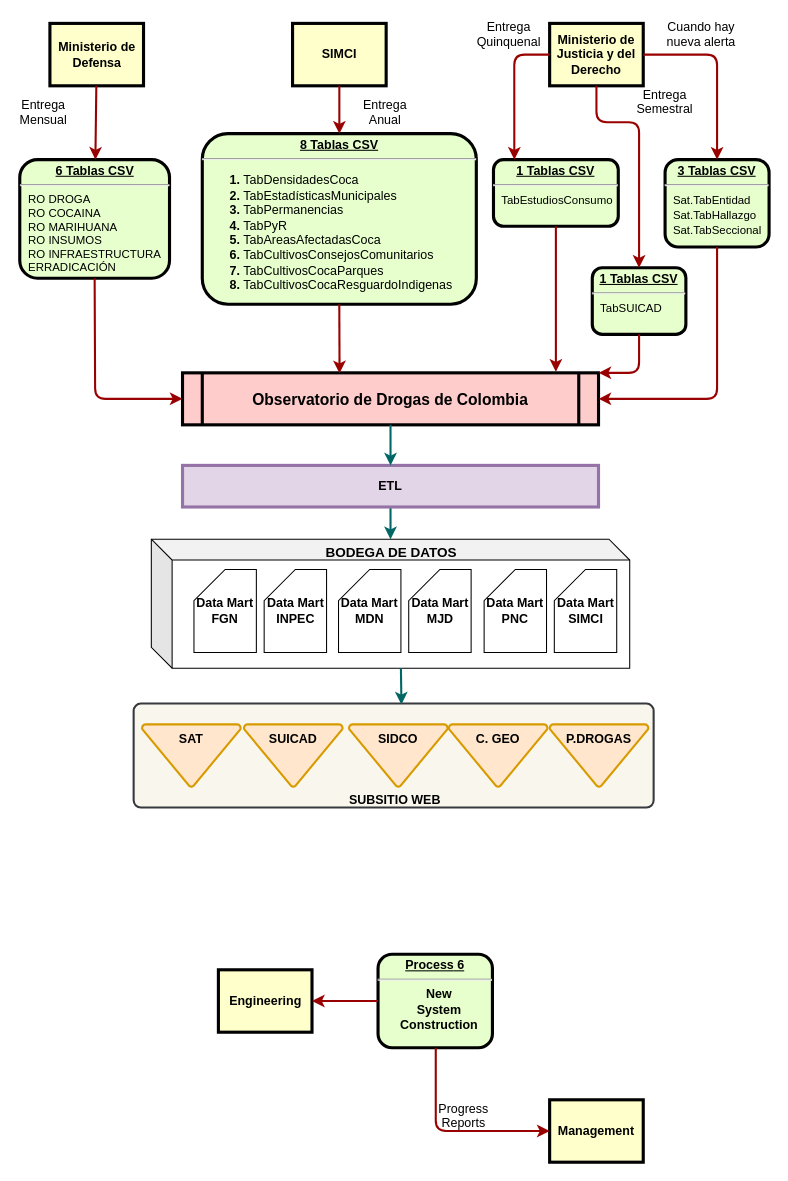
luisedchaf/Drawio keeps this draw.io diagram as Flujo de infor.drawio. Above is the earlier version. Source tidied: cells renumbered, new cells numbered last; positions are measured from the earlier drawing's top-left corner, leaving out a move shared by most shapes. Both pictures are drawn from the tidied source at 104%, with x=0, y=0 at pixel (19, 18).
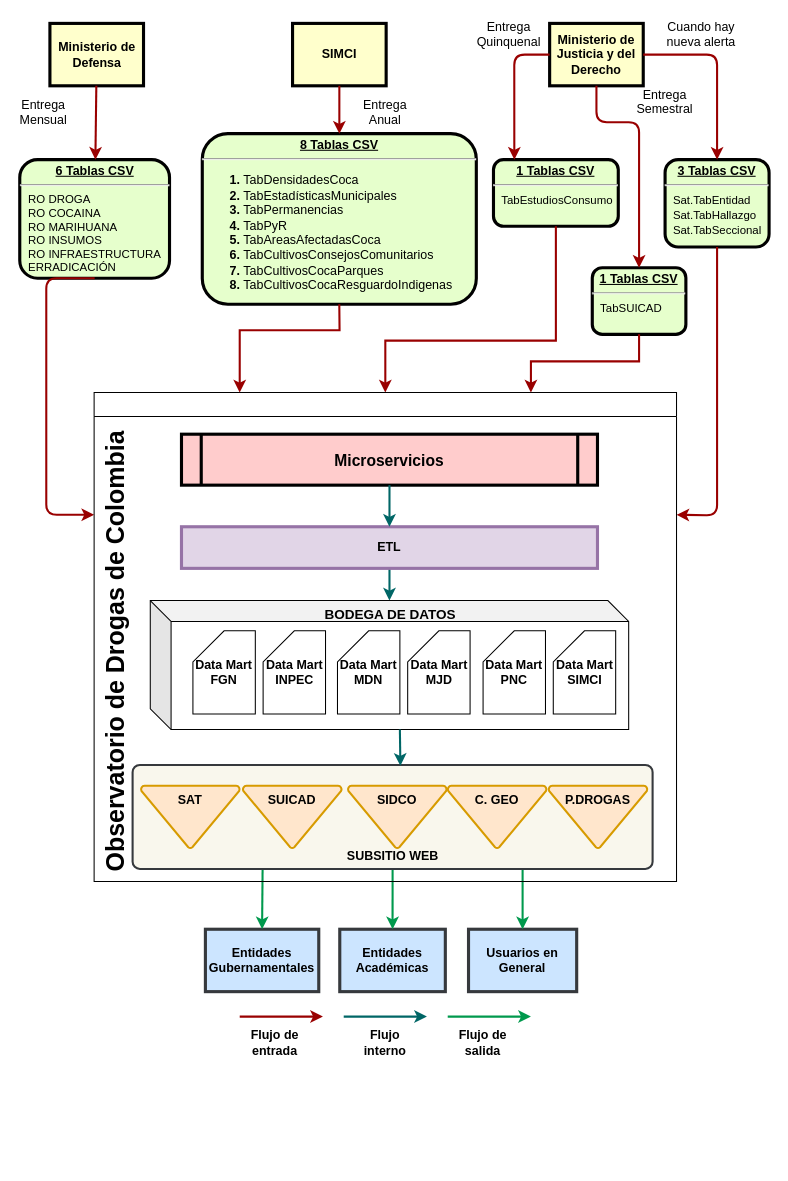
The same page after the edit.

Unchanged cells that the change refers to:
```xml
<mxCell id="2" value="&lt;p style=&quot;margin: 0px; margin-top: 4px; text-align: center; text-decoration: underline;&quot;&gt;&lt;strong&gt;6 Tablas CSV&lt;/strong&gt;&lt;/p&gt;&lt;hr&gt;&lt;p style=&quot;text-align: left; margin: 0px 0px 0px 8px; font-size: 11px;&quot;&gt;&lt;font style=&quot;font-size: 11px; font-weight: normal;&quot;&gt;RO DROGA&lt;/font&gt;&lt;/p&gt;&lt;p style=&quot;text-align: left; margin: 0px 0px 0px 8px; font-size: 11px;&quot;&gt;&lt;font style=&quot;font-size: 11px; font-weight: normal;&quot;&gt;RO COCAINA&lt;/font&gt;&lt;/p&gt;&lt;p style=&quot;text-align: left; margin: 0px 0px 0px 8px; font-size: 11px;&quot;&gt;&lt;font style=&quot;font-size: 11px; font-weight: normal;&quot;&gt;RO MARIHUANA&lt;/font&gt;&lt;/p&gt;&lt;p style=&quot;text-align: left; margin: 0px 0px 0px 8px; font-size: 11px;&quot;&gt;&lt;font style=&quot;font-size: 11px; font-weight: normal;&quot;&gt;RO INSUMOS&lt;/font&gt;&lt;/p&gt;&lt;p style=&quot;text-align: left; margin: 0px 0px 0px 8px; font-size: 11px;&quot;&gt;&lt;font style=&quot;font-size: 11px; font-weight: normal;&quot;&gt;RO INFRAESTRUCTURA&amp;nbsp;&lt;/font&gt;&lt;/p&gt;&lt;p style=&quot;text-align: left; margin: 0px 0px 0px 8px; font-size: 11px;&quot;&gt;&lt;font style=&quot;font-size: 11px; font-weight: normal;&quot;&gt;ERRADICACIÓN&lt;/font&gt;&lt;/p&gt;" style="verticalAlign=middle;align=center;overflow=fill;fontSize=12;fontFamily=Helvetica;html=1;rounded=1;fontStyle=1;strokeWidth=3;fillColor=#E6FFCC;" parent="1" vertex="1">
  <mxGeometry x="0.5" y="136" width="144" height="114" as="geometry" />
</mxCell>
<mxCell id="14" value="&lt;p style=&quot;margin: 4px 0px 0px; text-decoration: underline;&quot;&gt;&lt;strong style=&quot;&quot;&gt;&lt;font style=&quot;font-size: 12px;&quot;&gt;8 Tablas CSV&lt;/font&gt;&lt;/strong&gt;&lt;/p&gt;&lt;hr style=&quot;text-align: left;&quot;&gt;&lt;p style=&quot;margin: 0px 0px 0px 8px;&quot;&gt;&lt;/p&gt;&lt;ol style=&quot;&quot;&gt;&lt;li style=&quot;text-align: left;&quot;&gt;&lt;span style=&quot;font-weight: normal;&quot;&gt;&lt;font style=&quot;font-size: 12px;&quot;&gt;TabDensidadesCoca&lt;/font&gt;&lt;/span&gt;&lt;/li&gt;&lt;li style=&quot;text-align: left;&quot;&gt;&lt;font style=&quot;font-size: 12px;&quot;&gt;&lt;span style=&quot;font-weight: 400;&quot;&gt;TabEstadísticasMunici&lt;/span&gt;&lt;span style=&quot;font-weight: 400; background-color: initial;&quot;&gt;pales&lt;/span&gt;&lt;/font&gt;&lt;/li&gt;&lt;li style=&quot;text-align: left;&quot;&gt;&lt;span style=&quot;background-color: initial;&quot;&gt;&lt;span style=&quot;font-weight: 400;&quot;&gt;&lt;font style=&quot;font-size: 12px;&quot;&gt;TabPermanencias&lt;/font&gt;&lt;/span&gt;&lt;/span&gt;&lt;/li&gt;&lt;li style=&quot;text-align: left;&quot;&gt;&lt;span style=&quot;background-color: initial;&quot;&gt;&lt;span style=&quot;font-weight: 400;&quot;&gt;&lt;font style=&quot;font-size: 12px;&quot;&gt;TabPyR&lt;/font&gt;&lt;/span&gt;&lt;/span&gt;&lt;/li&gt;&lt;li style=&quot;text-align: left;&quot;&gt;&lt;font style=&quot;font-size: 12px;&quot;&gt;&lt;span style=&quot;font-weight: 400;&quot;&gt;TabAreasAfectadasCo&lt;/span&gt;&lt;span style=&quot;font-weight: 400; background-color: initial;&quot;&gt;ca&lt;/span&gt;&lt;/font&gt;&lt;/li&gt;&lt;li style=&quot;text-align: left;&quot;&gt;&lt;font style=&quot;font-size: 12px;&quot;&gt;&lt;span style=&quot;font-weight: 400;&quot;&gt;TabCultivosConsejos&lt;/span&gt;&lt;span style=&quot;font-weight: 400; background-color: initial;&quot;&gt;Comunitarios&lt;/span&gt;&lt;/font&gt;&lt;/li&gt;&lt;li style=&quot;text-align: left;&quot;&gt;&lt;font style=&quot;font-size: 12px;&quot;&gt;&lt;span style=&quot;font-weight: 400;&quot;&gt;TabCultivosCocaParq&lt;/span&gt;&lt;span style=&quot;font-weight: 400; background-color: initial;&quot;&gt;ues&lt;/span&gt;&lt;/font&gt;&lt;/li&gt;&lt;li style=&quot;text-align: left;&quot;&gt;&lt;font style=&quot;font-size: 12px;&quot;&gt;&lt;span style=&quot;font-weight: 400;&quot;&gt;TabCultivosCocaResg&lt;/span&gt;&lt;span style=&quot;font-weight: 400; background-color: initial;&quot;&gt;uardoIndigenas&lt;/span&gt;&lt;/font&gt;&lt;/li&gt;&lt;/ol&gt;&lt;p&gt;&lt;/p&gt;" style="verticalAlign=middle;align=center;overflow=fill;fontSize=12;fontFamily=Helvetica;html=1;rounded=1;fontStyle=1;strokeWidth=3;fillColor=#E6FFCC;" parent="1" vertex="1">
  <mxGeometry x="176" y="111" width="263.5" height="164" as="geometry" />
</mxCell>
<mxCell id="18" value="&lt;p style=&quot;margin: 0px; margin-top: 4px; text-align: center; text-decoration: underline;&quot;&gt;&lt;strong&gt;1 Tablas CSV&lt;/strong&gt;&lt;/p&gt;&lt;hr&gt;&lt;p style=&quot;text-align: left; margin: 0px 0px 0px 8px;&quot;&gt;&lt;span style=&quot;font-size: 11px; font-weight: 400;&quot;&gt;TabEstudiosConsumo&lt;/span&gt;&lt;br&gt;&lt;/p&gt;" style="verticalAlign=middle;align=center;overflow=fill;fontSize=12;fontFamily=Helvetica;html=1;rounded=1;fontStyle=1;strokeWidth=3;fillColor=#E6FFCC;" parent="1" vertex="1">
  <mxGeometry x="456" y="136" width="120" height="64" as="geometry" />
</mxCell>
<mxCell id="21" value="&lt;p style=&quot;margin: 0px; margin-top: 4px; text-align: center; text-decoration: underline;&quot;&gt;&lt;strong&gt;1 Tablas CSV&lt;/strong&gt;&lt;/p&gt;&lt;hr&gt;&lt;p style=&quot;text-align: left; margin: 0px 0px 0px 8px;&quot;&gt;&lt;span style=&quot;font-size: 11px; font-weight: 400;&quot;&gt;TabSUICAD&lt;/span&gt;&lt;br&gt;&lt;/p&gt;" style="verticalAlign=middle;align=center;overflow=fill;fontSize=12;fontFamily=Helvetica;html=1;rounded=1;fontStyle=1;strokeWidth=3;fillColor=#E6FFCC;" parent="1" vertex="1">
  <mxGeometry x="551" y="240" width="90" height="64" as="geometry" />
</mxCell>
<mxCell id="25" value="&lt;p style=&quot;margin: 0px; margin-top: 4px; text-align: center; text-decoration: underline;&quot;&gt;&lt;strong&gt;3 Tablas CSV&lt;/strong&gt;&lt;/p&gt;&lt;hr&gt;&lt;p style=&quot;text-align: left; margin: 0px 0px 0px 8px;&quot;&gt;&lt;span style=&quot;font-size: 11px; font-weight: 400;&quot;&gt;Sat.TabEntidad&lt;/span&gt;&lt;br&gt;&lt;/p&gt;&lt;p style=&quot;text-align: left; margin: 0px 0px 0px 8px;&quot;&gt;&lt;span style=&quot;font-size: 11px; font-weight: 400;&quot;&gt;Sat.TabHallazgo&lt;/span&gt;&lt;br&gt;&lt;/p&gt;&lt;p style=&quot;text-align: left; margin: 0px 0px 0px 8px;&quot;&gt;&lt;span style=&quot;font-size: 11px; font-weight: 400;&quot;&gt;Sat.TabSeccional&lt;/span&gt;&lt;br&gt;&lt;/p&gt;" style="verticalAlign=middle;align=center;overflow=fill;fontSize=12;fontFamily=Helvetica;html=1;rounded=1;fontStyle=1;strokeWidth=3;fillColor=#E6FFCC;" parent="1" vertex="1">
  <mxGeometry x="621" y="136" width="100" height="84" as="geometry" />
</mxCell>
<mxCell id="36" style="shape=cube;whiteSpace=wrap;html=1;boundedLbl=1;backgroundOutline=1;darkOpacity=0.05;darkOpacity2=0.1;" parent="35" vertex="1">
  <mxGeometry y="2" width="460" height="124" as="geometry" />
</mxCell>
<mxCell id="45" style="rounded=1;whiteSpace=wrap;html=1;absoluteArcSize=1;arcSize=14;strokeWidth=2;fillColor=#f9f7ed;strokeColor=#36393d;" parent="44" vertex="1">
  <mxGeometry width="500" height="100" as="geometry" />
</mxCell>
```

Change to the diagram source:
```diff
@@
-    <mxCell id="4" value="Observatorio de Drogas de Colombia" style="shape=process;whiteSpace=wrap;align=center;verticalAlign=middle;size=0.0475;fontStyle=1;strokeWidth=3;fillColor=#FFCCCC;fontSize=15;" parent="1" vertex="1">
-      <mxGeometry x="157" y="341" width="400" height="50" as="geometry" />
-    </mxCell>
-    <mxCell id="5" value="&lt;p style=&quot;margin: 0px; margin-top: 4px; text-align: center; text-decoration: underline;&quot;&gt;&lt;strong&gt;&lt;strong&gt;Process&lt;/strong&gt; 6&lt;br /&gt;&lt;/strong&gt;&lt;/p&gt;&lt;hr /&gt;&lt;p style=&quot;margin: 0px; margin-left: 8px;&quot;&gt;New&lt;/p&gt;&lt;p style=&quot;margin: 0px; margin-left: 8px;&quot;&gt;System&lt;/p&gt;&lt;p style=&quot;margin: 0px; margin-left: 8px;&quot;&gt;Construction&lt;/p&gt;" style="verticalAlign=middle;align=center;overflow=fill;fontSize=12;fontFamily=Helvetica;html=1;rounded=1;fontStyle=1;strokeWidth=3;fillColor=#E6FFCC;" parent="1" vertex="1">
-      <mxGeometry x="345" y="900" width="110" height="90" as="geometry" />
-    </mxCell>
-    <mxCell id="6" value="Management" style="whiteSpace=wrap;align=center;verticalAlign=middle;fontStyle=1;strokeWidth=3;fillColor=#FFFFCC;" parent="1" vertex="1">
-      <mxGeometry x="510" y="1040" width="90" height="60" as="geometry" />
-    </mxCell>
-    <mxCell id="7" value="Engineering" style="whiteSpace=wrap;align=center;verticalAlign=middle;fontStyle=1;strokeWidth=3;fillColor=#FFFFCC;" parent="1" vertex="1">
-      <mxGeometry x="191.5" y="915" width="90" height="60" as="geometry" />
+    <mxCell id="7" value="Entidades&#10;Gubernamentales" style="whiteSpace=wrap;align=center;verticalAlign=middle;fontStyle=1;strokeWidth=3;fillColor=#cce5ff;strokeColor=#36393d;" parent="1" vertex="1">
+      <mxGeometry x="179" y="876" width="109" height="60" as="geometry" />
     </mxCell>
@@
-    <mxCell id="10" style="edgeStyle=elbowEdgeStyle;elbow=horizontal;strokeColor=#990000;strokeWidth=2;exitX=0.5;exitY=1;exitDx=0;exitDy=0;entryX=0;entryY=0.5;entryDx=0;entryDy=0;" parent="1" edge="1" source="2" target="4">
+    <mxCell id="10" style="edgeStyle=elbowEdgeStyle;elbow=horizontal;strokeColor=#990000;strokeWidth=2;exitX=0.5;exitY=1;exitDx=0;exitDy=0;entryX=0;entryY=0.25;entryDx=0;entryDy=0;" parent="1" edge="1" source="2" target="58">
       <mxGeometry relative="1" as="geometry">
         <Array as="points">
-          <mxPoint x="73" y="320" />
+          <mxPoint x="26" y="510" />
         </Array>
       </mxGeometry>
     </mxCell>
-    <mxCell id="11" style="edgeStyle=elbowEdgeStyle;elbow=horizontal;strokeColor=#990000;strokeWidth=2;" parent="1" edge="1" source="5" target="6">
-      <mxGeometry relative="1" as="geometry">
-        <Array as="points">
-          <mxPoint x="400.5" y="1020" />
-        </Array>
-      </mxGeometry>
-    </mxCell>
-    <mxCell id="12" value="Progress&#10;Reports" style="text;spacingTop=-5;align=center;" parent="1" vertex="1">
-      <mxGeometry x="412.5" y="1040" width="30" height="20" as="geometry" />
-    </mxCell>
-    <mxCell id="13" style="edgeStyle=elbowEdgeStyle;elbow=vertical;strokeColor=#990000;strokeWidth=2;" parent="1" edge="1" source="5" target="7">
-      <mxGeometry relative="1" as="geometry" />
-    </mxCell>
@@
-    <mxCell id="24" style="edgeStyle=elbowEdgeStyle;elbow=horizontal;strokeColor=#990000;strokeWidth=2;exitX=0.5;exitY=1;exitDx=0;exitDy=0;entryX=0.378;entryY=0.01;entryDx=0;entryDy=0;entryPerimeter=0;" parent="1" edge="1" source="14" target="4">
-      <mxGeometry relative="1" as="geometry">
-        <Array as="points">
-          <mxPoint x="308" y="310" />
-        </Array>
-      </mxGeometry>
-    </mxCell>
@@
-    <mxCell id="26" style="endArrow=classic;html=1;rounded=1;entryX=1;entryY=0;entryDx=0;entryDy=0;exitX=0.5;exitY=1;exitDx=0;exitDy=0;strokeColor=#990000;strokeWidth=2;curved=0;" parent="1" edge="1" source="21" target="4">
-      <mxGeometry relative="1" as="geometry">
-        <Array as="points">
-          <mxPoint x="596" y="341" />
-        </Array>
-      </mxGeometry>
-    </mxCell>
@@
-    <mxCell id="30" style="endArrow=classic;html=1;rounded=1;entryX=1;entryY=0.5;entryDx=0;entryDy=0;exitX=0.5;exitY=1;exitDx=0;exitDy=0;curved=0;strokeColor=#990000;strokeWidth=2;" parent="1" edge="1" source="25" target="4">
+    <mxCell id="30" style="endArrow=classic;html=1;rounded=1;exitX=0.5;exitY=1;exitDx=0;exitDy=0;curved=0;strokeColor=#990000;strokeWidth=2;entryX=1;entryY=0.25;entryDx=0;entryDy=0;" parent="1" edge="1" source="25" target="58">
       <mxGeometry relative="1" as="geometry">
         <Array as="points">
           <mxPoint x="671" y="366" />
+          <mxPoint x="671" y="478" />
         </Array>
       </mxGeometry>
     </mxCell>
-    <mxCell id="31" style="endArrow=classic;html=1;rounded=0;exitX=0.5;exitY=1;exitDx=0;exitDy=0;strokeColor=#990000;strokeWidth=2;" parent="1" edge="1" source="18">
+    <mxCell id="31" style="endArrow=classic;html=1;rounded=0;exitX=0.5;exitY=1;exitDx=0;exitDy=0;strokeColor=#990000;strokeWidth=2;entryX=0.5;entryY=0;entryDx=0;entryDy=0;" parent="1" edge="1" source="18" target="58">
       <mxGeometry relative="1" as="geometry">
-        <mxPoint x="516" y="340" as="targetPoint" />
+        <Array as="points">
+          <mxPoint x="516" y="310" />
+          <mxPoint x="352" y="310" />
+        </Array>
       </mxGeometry>
     </mxCell>
+    <mxCell id="53" value="Entidades&#10;Académicas" style="whiteSpace=wrap;align=center;verticalAlign=middle;fontStyle=1;strokeWidth=3;fillColor=#cce5ff;strokeColor=#36393d;" parent="1" vertex="1">
+      <mxGeometry x="308.2" y="876" width="101.5" height="60" as="geometry" />
+    </mxCell>
+    <mxCell id="54" value="Usuarios en General" style="whiteSpace=wrap;align=center;verticalAlign=middle;fontStyle=1;strokeWidth=3;fillColor=#cce5ff;strokeColor=#36393d;" parent="1" vertex="1">
+      <mxGeometry x="432" y="876" width="104" height="60" as="geometry" />
+    </mxCell>
+    <mxCell id="55" style="endArrow=classic;html=1;rounded=0;exitX=0.5;exitY=1;exitDx=0;exitDy=0;entryX=0.5;entryY=0;entryDx=0;entryDy=0;strokeColor=#00994D;strokeWidth=2;" parent="1" edge="1" source="45" target="53">
+      <mxGeometry relative="1" as="geometry" />
+    </mxCell>
+    <mxCell id="56" style="endArrow=classic;html=1;rounded=0;exitX=0.25;exitY=1;exitDx=0;exitDy=0;entryX=0.5;entryY=0;entryDx=0;entryDy=0;strokeWidth=2;strokeColor=#00994D;" parent="1" edge="1" source="45" target="7">
+      <mxGeometry relative="1" as="geometry" />
+    </mxCell>
+    <mxCell id="57" style="endArrow=classic;html=1;rounded=0;entryX=0.5;entryY=0;entryDx=0;entryDy=0;exitX=0.75;exitY=1;exitDx=0;exitDy=0;strokeWidth=2;strokeColor=#00994D;" parent="1" edge="1" source="45" target="54">
+      <mxGeometry relative="1" as="geometry" />
+    </mxCell>
+    <mxCell id="58" style="swimlane;whiteSpace=wrap;html=1;fillColor=none;" parent="1" vertex="1">
+      <mxGeometry x="72" y="360" width="560" height="470" as="geometry" />
+    </mxCell>
+    <mxCell id="4" value="Microservicios" style="shape=process;whiteSpace=wrap;align=center;verticalAlign=middle;size=0.0475;fontStyle=1;strokeWidth=3;fillColor=#FFCCCC;fontSize=15;" parent="58" vertex="1">
+      <mxGeometry x="84" y="40" width="400" height="49" as="geometry" />
+    </mxCell>
-    <mxCell id="32" style="edgeStyle=orthogonalEdgeStyle;rounded=0;jettySize=auto;html=1;strokeColor=#006666;strokeWidth=2;" parent="1" edge="1" source="33" target="36">
+    <mxCell id="32" style="edgeStyle=orthogonalEdgeStyle;rounded=0;jettySize=auto;html=1;strokeColor=#006666;strokeWidth=2;" parent="58" edge="1" source="33" target="36">
       <mxGeometry relative="1" as="geometry" />
     </mxCell>
-    <mxCell id="33" value="ETL" style="whiteSpace=wrap;align=center;verticalAlign=middle;fontStyle=1;strokeWidth=3;fillColor=#e1d5e7;strokeColor=#9673a6;" parent="1" vertex="1">
-      <mxGeometry x="157" y="430" width="400" height="40" as="geometry" />
+    <mxCell id="33" value="ETL" style="whiteSpace=wrap;align=center;verticalAlign=middle;fontStyle=1;strokeWidth=3;fillColor=#e1d5e7;strokeColor=#9673a6;" parent="58" vertex="1">
+      <mxGeometry x="84" y="129" width="400" height="40" as="geometry" />
     </mxCell>
-    <mxCell id="34" style="endArrow=classic;html=1;rounded=0;entryX=0.5;entryY=0;entryDx=0;entryDy=0;exitX=0.5;exitY=1;exitDx=0;exitDy=0;strokeColor=#006666;strokeWidth=2;" parent="1" edge="1" source="4" target="33">
+    <mxCell id="34" style="endArrow=classic;html=1;rounded=0;entryX=0.5;entryY=0;entryDx=0;entryDy=0;exitX=0.5;exitY=1;exitDx=0;exitDy=0;strokeColor=#006666;strokeWidth=2;" parent="58" edge="1" source="4" target="33">
       <mxGeometry relative="1" as="geometry" />
     </mxCell>
-    <mxCell id="35" style="group;" parent="1" vertex="1">
-      <mxGeometry x="127" y="499" width="460" height="126" as="geometry" />
+    <mxCell id="35" style="group;" parent="58" vertex="1">
+      <mxGeometry x="54" y="198" width="460" height="126" as="geometry" />
     </mxCell>
@@
-    <mxCell id="44" style="group;fontStyle=1;" parent="1" vertex="1">
-      <mxGeometry x="110" y="659" width="500" height="105" as="geometry" />
+    <mxCell id="44" style="group;fontStyle=1;" parent="58" vertex="1">
+      <mxGeometry x="37" y="358" width="500" height="105" as="geometry" />
     </mxCell>
@@
     <mxCell id="51" value="SUBSITIO WEB" style="text;html=1;align=center;verticalAlign=middle;whiteSpace=wrap;rounded=0;fontStyle=1;" parent="44" vertex="1">
-      <mxGeometry x="197" y="80" width="109" height="25" as="geometry" />
+      <mxGeometry x="195.5" y="75" width="109" height="25" as="geometry" />
     </mxCell>
-    <mxCell id="52" style="endArrow=classic;html=1;rounded=0;exitX=0;exitY=0;exitDx=240;exitDy=124.00000000000001;exitPerimeter=0;fontSize=13;strokeWidth=2;strokeColor=#006666;entryX=0.515;entryY=0.009;entryDx=0;entryDy=0;entryPerimeter=0;" parent="1" edge="1" source="36" target="45">
+    <mxCell id="52" style="endArrow=classic;html=1;rounded=0;exitX=0;exitY=0;exitDx=240;exitDy=124.00000000000001;exitPerimeter=0;fontSize=13;strokeWidth=2;strokeColor=#006666;entryX=0.515;entryY=0.009;entryDx=0;entryDy=0;entryPerimeter=0;" parent="58" edge="1" source="36" target="45">
       <mxGeometry relative="1" as="geometry" />
     </mxCell>
+    <mxCell id="59" value="&lt;h1 style=&quot;margin-top: 0px;&quot;&gt;Observatorio de Drogas de Colombia&lt;/h1&gt;" style="text;html=1;whiteSpace=wrap;overflow=hidden;rounded=0;horizontal=0;" parent="58" vertex="1">
+      <mxGeometry y="-17" width="40" height="480" as="geometry" />
+    </mxCell>
+    <mxCell id="60" style="endArrow=classic;html=1;rounded=0;exitX=0.5;exitY=1;exitDx=0;exitDy=0;entryX=0.25;entryY=0;entryDx=0;entryDy=0;strokeWidth=2;strokeColor=#990000;" parent="1" edge="1" source="14" target="58">
+      <mxGeometry relative="1" as="geometry">
+        <Array as="points">
+          <mxPoint x="308" y="300" />
+          <mxPoint x="212" y="300" />
+        </Array>
+      </mxGeometry>
+    </mxCell>
+    <mxCell id="61" style="endArrow=classic;html=1;rounded=0;entryX=0.75;entryY=0;entryDx=0;entryDy=0;exitX=0.5;exitY=1;exitDx=0;exitDy=0;strokeWidth=2;strokeColor=#990000;" parent="1" edge="1" source="21" target="58">
+      <mxGeometry relative="1" as="geometry">
+        <Array as="points">
+          <mxPoint x="596" y="330" />
+          <mxPoint x="492" y="330" />
+        </Array>
+      </mxGeometry>
+    </mxCell>
+    <mxCell id="62" style="endArrow=classic;html=1;rounded=0;strokeWidth=2;strokeColor=#990000;" parent="1" edge="1">
+      <mxGeometry relative="1" as="geometry">
+        <mxPoint x="212" y="960" as="sourcePoint" />
+        <mxPoint x="292" y="960" as="targetPoint" />
+      </mxGeometry>
+    </mxCell>
+    <mxCell id="63" style="endArrow=classic;html=1;rounded=0;strokeWidth=2;strokeColor=#006666;" parent="1" edge="1">
+      <mxGeometry relative="1" as="geometry">
+        <mxPoint x="312" y="960" as="sourcePoint" />
+        <mxPoint x="392" y="960" as="targetPoint" />
+      </mxGeometry>
+    </mxCell>
+    <mxCell id="64" style="endArrow=classic;html=1;rounded=0;strokeWidth=2;strokeColor=#00994D;" parent="1" edge="1">
+      <mxGeometry relative="1" as="geometry">
+        <mxPoint x="412" y="960" as="sourcePoint" />
+        <mxPoint x="492" y="960" as="targetPoint" />
+      </mxGeometry>
+    </mxCell>
+    <mxCell id="65" value="&lt;b&gt;Flujo de entrada&lt;/b&gt;" style="text;html=1;align=center;verticalAlign=middle;whiteSpace=wrap;rounded=0;" parent="1" vertex="1">
+      <mxGeometry x="216" y="970" width="60" height="30" as="geometry" />
+    </mxCell>
+    <mxCell id="66" value="&lt;b&gt;Flujo interno&lt;/b&gt;" style="text;html=1;align=center;verticalAlign=middle;whiteSpace=wrap;rounded=0;" parent="1" vertex="1">
+      <mxGeometry x="322" y="970" width="60" height="30" as="geometry" />
+    </mxCell>
+    <mxCell id="67" value="&lt;b&gt;Flujo de salida&lt;/b&gt;" style="text;html=1;align=center;verticalAlign=middle;whiteSpace=wrap;rounded=0;" parent="1" vertex="1">
+      <mxGeometry x="416" y="970" width="60" height="30" as="geometry" />
+    </mxCell>
```
